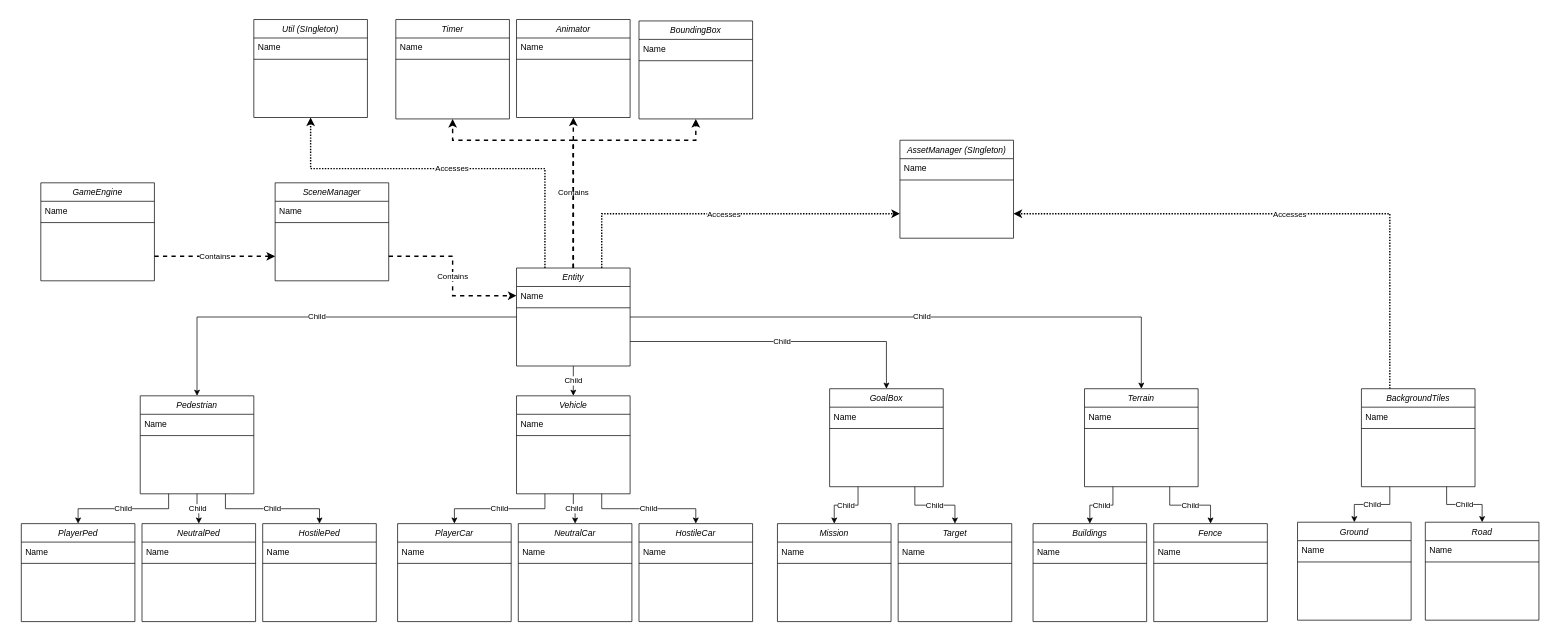
Before: HailPizzaRedux.drawio in mperez68/hail_pizza, a draw.io diagram. Source tidied: cells renumbered, new cells numbered last; positions are measured from the earlier drawing's top-left corner, leaving out a move shared by most shapes. Both pictures are drawn from the tidied source at 71%, with x=0, y=0 at pixel (21, 19).
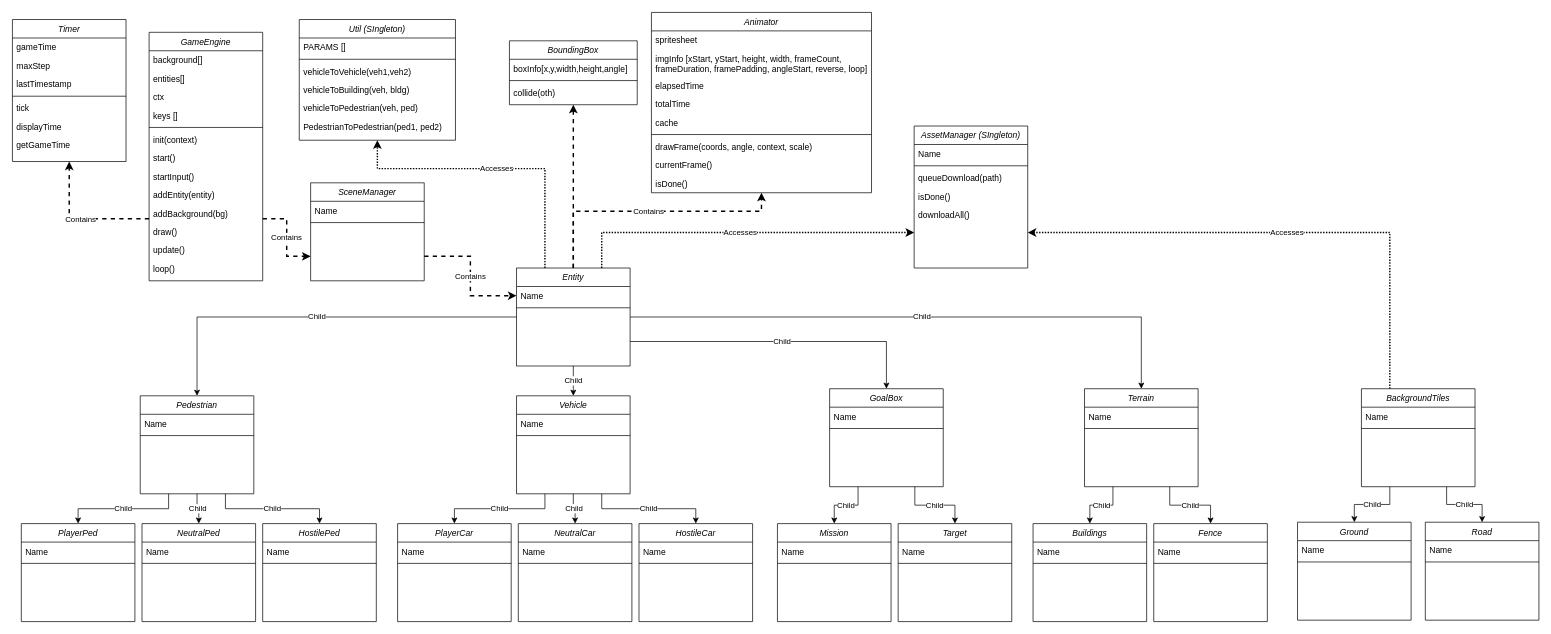
Above is the later version.

Unchanged cells that the change refers to:
```xml
<mxCell id="79" value="Entity" style="swimlane;fontStyle=2;align=center;verticalAlign=top;horizontal=1;startSize=26;rounded=0;shadow=0;strokeWidth=1;" parent="1" vertex="1">
  <mxGeometry x="698" y="350" width="160" height="138" as="geometry" />
</mxCell>
```

What changed in the source:
```diff
@@
     <mxCell id="3" value="GameEngine" style="swimlane;fontStyle=2;align=center;verticalAlign=top;horizontal=1;startSize=26;rounded=0;shadow=0;strokeWidth=1;" parent="1" vertex="1">
-      <mxGeometry x="28" y="230" width="160" height="138" as="geometry" />
+      <mxGeometry x="180.5" y="18" width="160" height="350" as="geometry" />
     </mxCell>
-    <mxCell id="4" value="Name" style="text;align=left;verticalAlign=top;spacingLeft=4;spacingRight=4;overflow=hidden;" parent="3" vertex="1">
+    <mxCell id="4" value="background[]" style="text;align=left;verticalAlign=top;spacingLeft=4;spacingRight=4;overflow=hidden;" parent="3" vertex="1">
       <mxGeometry y="26" width="160" height="26" as="geometry" />
     </mxCell>
+    <mxCell id="101" value="entities[]" style="text;align=left;verticalAlign=top;spacingLeft=4;spacingRight=4;overflow=hidden;" parent="3" vertex="1">
+      <mxGeometry y="52" width="160" height="26" as="geometry" />
+    </mxCell>
+    <mxCell id="102" value="ctx" style="text;align=left;verticalAlign=top;spacingLeft=4;spacingRight=4;overflow=hidden;" parent="3" vertex="1">
+      <mxGeometry y="78" width="160" height="26" as="geometry" />
+    </mxCell>
+    <mxCell id="103" value="keys []" style="text;align=left;verticalAlign=top;spacingLeft=4;spacingRight=4;overflow=hidden;" parent="3" vertex="1">
+      <mxGeometry y="104" width="160" height="26" as="geometry" />
+    </mxCell>
     <mxCell id="5" style="line;html=1;strokeWidth=1;align=left;verticalAlign=middle;spacingTop=-1;spacingLeft=3;spacingRight=3;labelPosition=right;" parent="3" vertex="1">
-      <mxGeometry y="52" width="160" height="8" as="geometry" />
+      <mxGeometry y="130" width="160" height="8" as="geometry" />
     </mxCell>
+    <mxCell id="104" value="init(context)" style="text;align=left;verticalAlign=top;spacingLeft=4;spacingRight=4;overflow=hidden;" parent="3" vertex="1">
+      <mxGeometry y="138" width="160" height="26" as="geometry" />
+    </mxCell>
+    <mxCell id="105" value="start()" style="text;align=left;verticalAlign=top;spacingLeft=4;spacingRight=4;overflow=hidden;" parent="3" vertex="1">
+      <mxGeometry y="164" width="160" height="26" as="geometry" />
+    </mxCell>
+    <mxCell id="106" value="startInput()" style="text;align=left;verticalAlign=top;spacingLeft=4;spacingRight=4;overflow=hidden;" parent="3" vertex="1">
+      <mxGeometry y="190" width="160" height="26" as="geometry" />
+    </mxCell>
+    <mxCell id="107" value="addEntity(entity)" style="text;align=left;verticalAlign=top;spacingLeft=4;spacingRight=4;overflow=hidden;" parent="3" vertex="1">
+      <mxGeometry y="216" width="160" height="26" as="geometry" />
+    </mxCell>
+    <mxCell id="108" value="addBackground(bg)" style="text;align=left;verticalAlign=top;spacingLeft=4;spacingRight=4;overflow=hidden;" parent="3" vertex="1">
+      <mxGeometry y="242" width="160" height="26" as="geometry" />
+    </mxCell>
+    <mxCell id="109" value="draw()" style="text;align=left;verticalAlign=top;spacingLeft=4;spacingRight=4;overflow=hidden;" parent="3" vertex="1">
+      <mxGeometry y="268" width="160" height="26" as="geometry" />
+    </mxCell>
+    <mxCell id="110" value="update()" style="text;align=left;verticalAlign=top;spacingLeft=4;spacingRight=4;overflow=hidden;" parent="3" vertex="1">
+      <mxGeometry y="294" width="160" height="26" as="geometry" />
+    </mxCell>
+    <mxCell id="111" value="loop()" style="text;align=left;verticalAlign=top;spacingLeft=4;spacingRight=4;overflow=hidden;" parent="3" vertex="1">
+      <mxGeometry y="320" width="160" height="26" as="geometry" />
+    </mxCell>
     <mxCell id="6" value="AssetManager (SIngleton)" style="swimlane;fontStyle=2;align=center;verticalAlign=top;horizontal=1;startSize=26;rounded=0;shadow=0;strokeWidth=1;" parent="1" vertex="1">
-      <mxGeometry x="1238" y="170" width="160" height="138" as="geometry" />
+      <mxGeometry x="1258" y="150" width="160" height="200" as="geometry" />
     </mxCell>
@@
+    <mxCell id="112" value="queueDownload(path)" style="text;align=left;verticalAlign=top;spacingLeft=4;spacingRight=4;overflow=hidden;" parent="6" vertex="1">
+      <mxGeometry y="60" width="160" height="26" as="geometry" />
+    </mxCell>
+    <mxCell id="113" value="isDone()" style="text;align=left;verticalAlign=top;spacingLeft=4;spacingRight=4;overflow=hidden;" parent="6" vertex="1">
+      <mxGeometry y="86" width="160" height="26" as="geometry" />
+    </mxCell>
+    <mxCell id="114" value="downloadAll()" style="text;align=left;verticalAlign=top;spacingLeft=4;spacingRight=4;overflow=hidden;" parent="6" vertex="1">
+      <mxGeometry y="112" width="160" height="26" as="geometry" />
+    </mxCell>
     <mxCell id="9" value="BoundingBox" style="swimlane;fontStyle=2;align=center;verticalAlign=top;horizontal=1;startSize=26;rounded=0;shadow=0;strokeWidth=1;" parent="1" vertex="1">
-      <mxGeometry x="870.5" y="2" width="160" height="138" as="geometry" />
+      <mxGeometry x="688" y="30" width="180" height="90" as="geometry" />
     </mxCell>
-    <mxCell id="10" value="Name" style="text;align=left;verticalAlign=top;spacingLeft=4;spacingRight=4;overflow=hidden;" parent="9" vertex="1">
-      <mxGeometry y="26" width="160" height="26" as="geometry" />
+    <mxCell id="10" value="boxInfo[x,y,width,height,angle]" style="text;align=left;verticalAlign=top;spacingLeft=4;spacingRight=4;overflow=hidden;" parent="9" vertex="1">
+      <mxGeometry y="26" width="180" height="26" as="geometry" />
     </mxCell>
     <mxCell id="11" style="line;html=1;strokeWidth=1;align=left;verticalAlign=middle;spacingTop=-1;spacingLeft=3;spacingRight=3;labelPosition=right;" parent="9" vertex="1">
-      <mxGeometry y="52" width="160" height="8" as="geometry" />
+      <mxGeometry y="52" width="180" height="8" as="geometry" />
     </mxCell>
+    <mxCell id="115" value="collide(oth)" style="text;align=left;verticalAlign=top;spacingLeft=4;spacingRight=4;overflow=hidden;" parent="9" vertex="1">
+      <mxGeometry y="60" width="180" height="26" as="geometry" />
+    </mxCell>
     <mxCell id="12" value="Animator" style="swimlane;fontStyle=2;align=center;verticalAlign=top;horizontal=1;startSize=26;rounded=0;shadow=0;strokeWidth=1;" parent="1" vertex="1">
-      <mxGeometry x="698" width="160" height="138" as="geometry" />
+      <mxGeometry x="888" y="-10" width="310" height="254" as="geometry" />
     </mxCell>
-    <mxCell id="13" value="Name" style="text;align=left;verticalAlign=top;spacingLeft=4;spacingRight=4;overflow=hidden;" parent="12" vertex="1">
-      <mxGeometry y="26" width="160" height="26" as="geometry" />
+    <mxCell id="13" value="spritesheet" style="text;align=left;verticalAlign=top;spacingLeft=4;spacingRight=4;overflow=hidden;" parent="12" vertex="1">
+      <mxGeometry y="26" width="310" height="26" as="geometry" />
     </mxCell>
+    <mxCell id="116" value="imgInfo [xStart, yStart, height, width, frameCount,&#10;frameDuration, framePadding, angleStart, reverse, loop]" style="text;align=left;verticalAlign=top;spacingLeft=4;spacingRight=4;overflow=hidden;" parent="12" vertex="1">
+      <mxGeometry y="52" width="310" height="38" as="geometry" />
+    </mxCell>
+    <mxCell id="117" value="elapsedTime&#10;" style="text;align=left;verticalAlign=top;spacingLeft=4;spacingRight=4;overflow=hidden;" parent="12" vertex="1">
+      <mxGeometry y="90" width="310" height="26" as="geometry" />
+    </mxCell>
+    <mxCell id="118" value="totalTime" style="text;align=left;verticalAlign=top;spacingLeft=4;spacingRight=4;overflow=hidden;" parent="12" vertex="1">
+      <mxGeometry y="116" width="310" height="26" as="geometry" />
+    </mxCell>
+    <mxCell id="119" value="cache" style="text;align=left;verticalAlign=top;spacingLeft=4;spacingRight=4;overflow=hidden;" parent="12" vertex="1">
+      <mxGeometry y="142" width="310" height="26" as="geometry" />
+    </mxCell>
     <mxCell id="14" style="line;html=1;strokeWidth=1;align=left;verticalAlign=middle;spacingTop=-1;spacingLeft=3;spacingRight=3;labelPosition=right;" parent="12" vertex="1">
-      <mxGeometry y="52" width="160" height="8" as="geometry" />
+      <mxGeometry y="168" width="310" height="8" as="geometry" />
     </mxCell>
+    <mxCell id="120" value="drawFrame(coords, angle, context, scale)" style="text;align=left;verticalAlign=top;spacingLeft=4;spacingRight=4;overflow=hidden;" parent="12" vertex="1">
+      <mxGeometry y="176" width="310" height="26" as="geometry" />
+    </mxCell>
+    <mxCell id="121" value="currentFrame()" style="text;align=left;verticalAlign=top;spacingLeft=4;spacingRight=4;overflow=hidden;" parent="12" vertex="1">
+      <mxGeometry y="202" width="310" height="26" as="geometry" />
+    </mxCell>
+    <mxCell id="122" value="isDone()" style="text;align=left;verticalAlign=top;spacingLeft=4;spacingRight=4;overflow=hidden;" parent="12" vertex="1">
+      <mxGeometry y="228" width="310" height="26" as="geometry" />
+    </mxCell>
@@
     <mxCell id="71" value="Contains" style="edgeStyle=orthogonalEdgeStyle;rounded=0;jettySize=auto;html=1;exitX=0.5;exitY=0;exitDx=0;exitDy=0;entryX=0.5;entryY=1;entryDx=0;entryDy=0;dashed=1;strokeWidth=2;" parent="1" edge="1" source="79" target="12">
-      <mxGeometry relative="1" as="geometry" />
+      <mxGeometry relative="1" as="geometry">
+        <Array as="points">
+          <mxPoint x="778" y="270" />
+          <mxPoint x="1043" y="270" />
+        </Array>
+      </mxGeometry>
     </mxCell>
@@
-    <mxCell id="76" style="edgeStyle=orthogonalEdgeStyle;rounded=0;jettySize=auto;html=1;exitX=0.5;exitY=0;exitDx=0;exitDy=0;entryX=0.5;entryY=1;entryDx=0;entryDy=0;dashed=1;strokeWidth=2;" parent="1" edge="1" source="79" target="94">
-      <mxGeometry relative="1" as="geometry">
-        <Array as="points">
-          <mxPoint x="778" y="170" />
-          <mxPoint x="608" y="170" />
-        </Array>
-      </mxGeometry>
-    </mxCell>
     <mxCell id="77" style="edgeStyle=orthogonalEdgeStyle;rounded=0;jettySize=auto;html=1;exitX=0.5;exitY=0;exitDx=0;exitDy=0;entryX=0.5;entryY=1;entryDx=0;entryDy=0;dashed=1;strokeWidth=2;" parent="1" edge="1" source="79" target="9">
       <mxGeometry relative="1" as="geometry">
         <Array as="points">
-          <mxPoint x="778" y="170" />
-          <mxPoint x="951" y="170" />
+          <mxPoint x="778" y="150" />
+          <mxPoint x="778" y="150" />
         </Array>
       </mxGeometry>
     </mxCell>
-    <mxCell id="78" value="Accesses" style="edgeStyle=orthogonalEdgeStyle;rounded=0;jettySize=auto;html=1;exitX=0.25;exitY=0;exitDx=0;exitDy=0;entryX=0.5;entryY=1;entryDx=0;entryDy=0;dashed=1;strokeWidth=2;dashPattern=1 1;" parent="1" edge="1" source="79" target="98">
+    <mxCell id="78" value="Accesses" style="edgeStyle=orthogonalEdgeStyle;rounded=0;jettySize=auto;html=1;exitX=0.25;exitY=0;exitDx=0;exitDy=0;dashed=1;strokeWidth=2;dashPattern=1 1;entryX=0.5;entryY=1;entryDx=0;entryDy=0;" parent="1" edge="1" source="79" target="98">
       <mxGeometry relative="1" as="geometry">
         <Array as="points">
           <mxPoint x="738" y="210" />
-          <mxPoint x="408" y="210" />
+          <mxPoint x="502" y="210" />
         </Array>
       </mxGeometry>
     </mxCell>
@@
     <mxCell id="91" value="SceneManager" style="swimlane;fontStyle=2;align=center;verticalAlign=top;horizontal=1;startSize=26;rounded=0;shadow=0;strokeWidth=1;" parent="1" vertex="1">
-      <mxGeometry x="358" y="230" width="160" height="138" as="geometry" />
+      <mxGeometry x="408" y="230" width="160" height="138" as="geometry" />
     </mxCell>
@@
     <mxCell id="94" value="Timer" style="swimlane;fontStyle=2;align=center;verticalAlign=top;horizontal=1;startSize=26;rounded=0;shadow=0;strokeWidth=1;" parent="1" vertex="1">
-      <mxGeometry x="528" width="160" height="140" as="geometry" />
+      <mxGeometry x="-12" width="160" height="200" as="geometry" />
     </mxCell>
-    <mxCell id="95" value="Name" style="text;align=left;verticalAlign=top;spacingLeft=4;spacingRight=4;overflow=hidden;" parent="94" vertex="1">
+    <mxCell id="95" value="gameTime" style="text;align=left;verticalAlign=top;spacingLeft=4;spacingRight=4;overflow=hidden;" parent="94" vertex="1">
       <mxGeometry y="26" width="160" height="26" as="geometry" />
     </mxCell>
+    <mxCell id="123" value="maxStep" style="text;align=left;verticalAlign=top;spacingLeft=4;spacingRight=4;overflow=hidden;" parent="94" vertex="1">
+      <mxGeometry y="52" width="160" height="26" as="geometry" />
+    </mxCell>
+    <mxCell id="124" value="lastTimestamp" style="text;align=left;verticalAlign=top;spacingLeft=4;spacingRight=4;overflow=hidden;" parent="94" vertex="1">
+      <mxGeometry y="78" width="160" height="26" as="geometry" />
+    </mxCell>
     <mxCell id="96" style="line;html=1;strokeWidth=1;align=left;verticalAlign=middle;spacingTop=-1;spacingLeft=3;spacingRight=3;labelPosition=right;" parent="94" vertex="1">
-      <mxGeometry y="52" width="160" height="8" as="geometry" />
+      <mxGeometry y="104" width="160" height="8" as="geometry" />
     </mxCell>
+    <mxCell id="125" value="tick" style="text;align=left;verticalAlign=top;spacingLeft=4;spacingRight=4;overflow=hidden;" parent="94" vertex="1">
+      <mxGeometry y="112" width="160" height="26" as="geometry" />
+    </mxCell>
+    <mxCell id="126" value="displayTime" style="text;align=left;verticalAlign=top;spacingLeft=4;spacingRight=4;overflow=hidden;" parent="94" vertex="1">
+      <mxGeometry y="138" width="160" height="26" as="geometry" />
+    </mxCell>
+    <mxCell id="127" value="getGameTime" style="text;align=left;verticalAlign=top;spacingLeft=4;spacingRight=4;overflow=hidden;" parent="94" vertex="1">
+      <mxGeometry y="164" width="160" height="26" as="geometry" />
+    </mxCell>
@@
     <mxCell id="98" value="Util (SIngleton)" style="swimlane;fontStyle=2;align=center;verticalAlign=top;horizontal=1;startSize=26;rounded=0;shadow=0;strokeWidth=1;" parent="1" vertex="1">
-      <mxGeometry x="328" width="160" height="138" as="geometry" />
+      <mxGeometry x="392" width="220" height="170" as="geometry" />
     </mxCell>
-    <mxCell id="99" value="Name" style="text;align=left;verticalAlign=top;spacingLeft=4;spacingRight=4;overflow=hidden;" parent="98" vertex="1">
-      <mxGeometry y="26" width="160" height="26" as="geometry" />
+    <mxCell id="99" value="PARAMS []" style="text;align=left;verticalAlign=top;spacingLeft=4;spacingRight=4;overflow=hidden;" parent="98" vertex="1">
+      <mxGeometry y="26" width="220" height="26" as="geometry" />
     </mxCell>
     <mxCell id="100" style="line;html=1;strokeWidth=1;align=left;verticalAlign=middle;spacingTop=-1;spacingLeft=3;spacingRight=3;labelPosition=right;" parent="98" vertex="1">
-      <mxGeometry y="52" width="160" height="8" as="geometry" />
+      <mxGeometry y="52" width="220" height="8" as="geometry" />
     </mxCell>
+    <mxCell id="128" value="vehicleToVehicle(veh1,veh2)" style="text;align=left;verticalAlign=top;spacingLeft=4;spacingRight=4;overflow=hidden;" parent="98" vertex="1">
+      <mxGeometry y="60" width="220" height="26" as="geometry" />
+    </mxCell>
+    <mxCell id="129" value="vehicleToBuilding(veh, bldg)" style="text;align=left;verticalAlign=top;spacingLeft=4;spacingRight=4;overflow=hidden;" parent="98" vertex="1">
+      <mxGeometry y="86" width="220" height="26" as="geometry" />
+    </mxCell>
+    <mxCell id="130" value="vehicleToPedestrian(veh, ped)" style="text;align=left;verticalAlign=top;spacingLeft=4;spacingRight=4;overflow=hidden;" parent="98" vertex="1">
+      <mxGeometry y="112" width="220" height="26" as="geometry" />
+    </mxCell>
+    <mxCell id="131" value="PedestrianToPedestrian(ped1, ped2)" style="text;align=left;verticalAlign=top;spacingLeft=4;spacingRight=4;overflow=hidden;" parent="98" vertex="1">
+      <mxGeometry y="138" width="220" height="26" as="geometry" />
+    </mxCell>
+    <mxCell id="132" value="Contains" style="edgeStyle=orthogonalEdgeStyle;rounded=0;jettySize=auto;html=1;entryX=0.5;entryY=1;entryDx=0;entryDy=0;dashed=1;strokeWidth=2;exitX=0;exitY=0.75;exitDx=0;exitDy=0;" parent="1" edge="1" source="3" target="94">
+      <mxGeometry relative="1" as="geometry" />
+    </mxCell>
```
